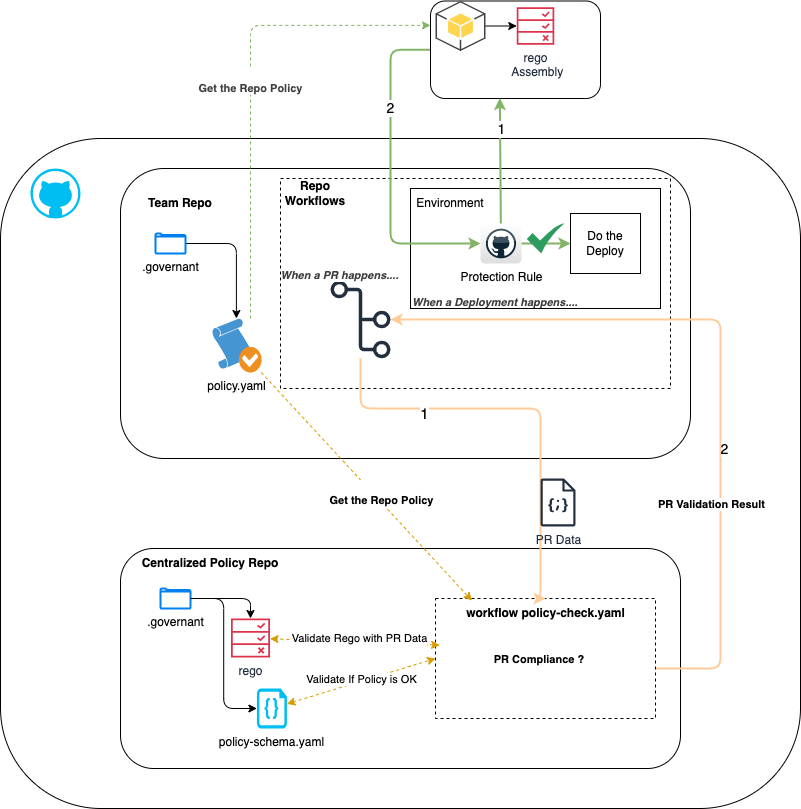
This is arch.png from erasmo-dominguez-stuff/governant, a draw.io export, as it was before one commit. Source tidied: cells renumbered, new cells last; positions are measured from the earlier drawing's top-left corner, leaving out a move shared by most shapes. The source it was exported from:
```xml
<mxGraphModel>
  <root>
    <mxCell id="0" />
    <mxCell id="1" parent="0" />
    <mxCell id="2" style="rounded=1;whiteSpace=wrap;html=1;" parent="1" vertex="1">
      <mxGeometry y="138" width="800" height="670" as="geometry" />
    </mxCell>
    <mxCell id="3" style="rounded=1;whiteSpace=wrap;html=1;" parent="1" vertex="1">
      <mxGeometry x="120" y="168" width="570" height="290" as="geometry" />
    </mxCell>
    <mxCell id="4" style="rounded=0;whiteSpace=wrap;html=1;dashed=1;" parent="1" vertex="1">
      <mxGeometry x="280" y="178" width="390" height="210" as="geometry" />
    </mxCell>
    <mxCell id="5" value="Repo Workflows" style="text;html=1;align=center;verticalAlign=middle;whiteSpace=wrap;rounded=0;fontStyle=1;" parent="1" vertex="1">
      <mxGeometry x="280" y="178" width="70" height="30" as="geometry" />
    </mxCell>
    <mxCell id="6" style="rounded=1;whiteSpace=wrap;html=1;" parent="1" vertex="1">
      <mxGeometry x="120" y="548" width="560" height="220" as="geometry" />
    </mxCell>
    <mxCell id="7" value="&lt;b&gt;Centralized Policy Repo&lt;/b&gt;" style="text;html=1;align=center;verticalAlign=middle;whiteSpace=wrap;rounded=0;" parent="1" vertex="1">
      <mxGeometry x="140" y="548" width="140" height="30" as="geometry" />
    </mxCell>
    <mxCell id="8" style="edgeStyle=orthogonalEdgeStyle;html=1;strokeColor=#FFCC99;strokeWidth=2;" parent="1" edge="1" source="10" target="34">
      <mxGeometry relative="1" as="geometry">
        <Array as="points">
          <mxPoint x="720" y="668" />
          <mxPoint x="720" y="319" />
        </Array>
      </mxGeometry>
    </mxCell>
    <mxCell id="9" value="&lt;font style=&quot;font-size: 14px;&quot;&gt;2&lt;/font&gt;" style="edgeLabel;html=1;align=center;verticalAlign=middle;" parent="8" vertex="1">
      <mxGeometry x="-0.23" y="-3" relative="1" as="geometry" />
    </mxCell>
    <mxCell id="10" style="rounded=0;whiteSpace=wrap;html=1;dashed=1;" parent="1" vertex="1">
      <mxGeometry x="435" y="598" width="220" height="120" as="geometry" />
    </mxCell>
    <mxCell id="11" style="edgeStyle=none;html=1;entryX=0;entryY=0.5;entryDx=0;entryDy=0;startArrow=classic;startFill=1;dashed=1;fillColor=#ffe6cc;strokeColor=#d79b00;" parent="1" edge="1" source="13" target="10">
      <mxGeometry relative="1" as="geometry" />
    </mxCell>
    <mxCell id="12" value="Validate If Policy is OK" style="edgeLabel;html=1;align=center;verticalAlign=middle;" parent="11" vertex="1">
      <mxGeometry x="-0.24" y="-2" relative="1" as="geometry">
        <mxPoint x="17" y="-10" as="offset" />
      </mxGeometry>
    </mxCell>
    <mxCell id="13" value="policy-schema.yaml" style="verticalLabelPosition=bottom;html=1;verticalAlign=top;align=center;strokeColor=none;fillColor=#00BEF2;shape=mxgraph.azure.code_file;" parent="1" vertex="1">
      <mxGeometry x="256.4" y="688" width="30" height="40" as="geometry" />
    </mxCell>
    <mxCell id="14" value="&lt;b&gt;workflow policy-check.yaml&lt;/b&gt;" style="text;html=1;align=center;verticalAlign=middle;whiteSpace=wrap;rounded=0;" parent="1" vertex="1">
      <mxGeometry x="457.5" y="598" width="175" height="30" as="geometry" />
    </mxCell>
    <mxCell id="15" style="verticalLabelPosition=bottom;html=1;verticalAlign=top;align=center;strokeColor=none;fillColor=#00BEF2;shape=mxgraph.azure.github_code;" parent="1" vertex="1">
      <mxGeometry x="30" y="168" width="50" height="50" as="geometry" />
    </mxCell>
    <mxCell id="16" value="&lt;b&gt;Team Repo&lt;/b&gt;" style="text;html=1;align=center;verticalAlign=middle;whiteSpace=wrap;rounded=0;" parent="1" vertex="1">
      <mxGeometry x="140" y="188" width="80" height="30" as="geometry" />
    </mxCell>
    <mxCell id="17" style="edgeStyle=orthogonalEdgeStyle;html=1;" parent="1" edge="1" source="18" target="26">
      <mxGeometry relative="1" as="geometry" />
    </mxCell>
    <mxCell id="18" value=".governant" style="html=1;verticalLabelPosition=bottom;align=center;labelBackgroundColor=#ffffff;verticalAlign=top;strokeWidth=2;strokeColor=#0080F0;shadow=0;dashed=0;shape=mxgraph.ios7.icons.folder;" parent="1" vertex="1">
      <mxGeometry x="155" y="233" width="30" height="20" as="geometry" />
    </mxCell>
    <mxCell id="19" style="edgeStyle=orthogonalEdgeStyle;html=1;" parent="1" edge="1" source="20" target="29">
      <mxGeometry relative="1" as="geometry" />
    </mxCell>
    <mxCell id="20" value=".governant" style="html=1;verticalLabelPosition=bottom;align=center;labelBackgroundColor=#ffffff;verticalAlign=top;strokeWidth=2;strokeColor=#0080F0;shadow=0;dashed=0;shape=mxgraph.ios7.icons.folder;" parent="1" vertex="1">
      <mxGeometry x="160" y="588" width="30" height="20" as="geometry" />
    </mxCell>
    <mxCell id="21" style="rounded=0;whiteSpace=wrap;html=1;" parent="1" vertex="1">
      <mxGeometry x="410" y="188" width="250" height="120" as="geometry" />
    </mxCell>
    <mxCell id="22" value="Environment" style="text;html=1;align=center;verticalAlign=middle;whiteSpace=wrap;rounded=0;" parent="1" vertex="1">
      <mxGeometry x="400" y="188" width="100" height="30" as="geometry" />
    </mxCell>
    <mxCell id="23" style="edgeStyle=none;html=1;entryX=0;entryY=0.5;entryDx=0;entryDy=0;strokeWidth=2;fillColor=#d5e8d4;strokeColor=#82b366;" parent="1" edge="1" source="24" target="42">
      <mxGeometry relative="1" as="geometry" />
    </mxCell>
    <mxCell id="24" value="Protection Rule" style="dashed=0;outlineConnect=0;html=1;align=center;labelPosition=center;verticalLabelPosition=bottom;verticalAlign=top;shape=mxgraph.webicons.github;gradientColor=#DFDEDE;" parent="1" vertex="1">
      <mxGeometry x="480" y="223" width="41" height="40" as="geometry" />
    </mxCell>
    <mxCell id="25" value="&lt;meta charset=&quot;utf-8&quot;&gt;&lt;b style=&quot;forced-color-adjust: none; color: rgb(63, 63, 63); scrollbar-color: rgb(226, 226, 226) rgb(251, 251, 251); font-family: Helvetica; font-size: 11px; font-style: normal; font-variant-ligatures: normal; font-variant-caps: normal; letter-spacing: normal; orphans: 2; text-align: center; text-indent: 0px; text-transform: none; widows: 2; word-spacing: 0px; -webkit-text-stroke-width: 0px; white-space: nowrap; text-decoration-thickness: initial; text-decoration-style: initial; text-decoration-color: initial;&quot;&gt;&lt;br class=&quot;Apple-interchange-newline&quot;&gt;Get the Repo Policy&lt;/b&gt;" style="edgeStyle=orthogonalEdgeStyle;html=1;entryX=0;entryY=0.25;entryDx=0;entryDy=0;fillColor=#d5e8d4;strokeColor=#82b366;dashed=1;" parent="1" edge="1" source="26" target="41">
      <mxGeometry relative="1" as="geometry">
        <Array as="points">
          <mxPoint x="250" y="25" />
        </Array>
      </mxGeometry>
    </mxCell>
    <mxCell id="26" value="policy.yaml" style="shadow=0;dashed=0;html=1;strokeColor=none;fillColor=#4495D1;labelPosition=center;verticalLabelPosition=bottom;verticalAlign=top;align=center;outlineConnect=0;shape=mxgraph.veeam.2d.privilege;" parent="1" vertex="1">
      <mxGeometry x="210.7" y="318" width="50.4" height="54" as="geometry" />
    </mxCell>
    <mxCell id="27" style="edgeStyle=none;html=1;dashed=1;startArrow=classic;startFill=1;fillColor=#ffe6cc;strokeColor=#d79b00;exitX=0.019;exitY=0.389;exitDx=0;exitDy=0;exitPerimeter=0;" parent="1" edge="1" source="10" target="29">
      <mxGeometry relative="1" as="geometry" />
    </mxCell>
    <mxCell id="28" value="Validate Rego with PR Data" style="edgeLabel;html=1;align=center;verticalAlign=middle;" parent="27" vertex="1">
      <mxGeometry x="0.09" y="-1" relative="1" as="geometry">
        <mxPoint x="12" y="-3" as="offset" />
      </mxGeometry>
    </mxCell>
    <mxCell id="29" value="rego&lt;div&gt;&lt;br&gt;&lt;/div&gt;" style="sketch=0;outlineConnect=0;fontColor=#232F3E;gradientColor=none;fillColor=#DD344C;strokeColor=none;dashed=0;verticalLabelPosition=bottom;verticalAlign=top;align=center;html=1;fontSize=12;fontStyle=0;shape=mxgraph.aws4.waf_rule;" parent="1" vertex="1">
      <mxGeometry x="230.5" y="618" width="39" height="39" as="geometry" />
    </mxCell>
    <mxCell id="30" style="edgeStyle=orthogonalEdgeStyle;html=1;entryX=0;entryY=0.5;entryDx=0;entryDy=0;entryPerimeter=0;" parent="1" edge="1" source="20" target="13">
      <mxGeometry relative="1" as="geometry" />
    </mxCell>
    <mxCell id="31" style="edgeStyle=orthogonalEdgeStyle;html=1;entryX=0.5;entryY=0;entryDx=0;entryDy=0;strokeColor=#FFCC99;strokeWidth=2;" parent="1" edge="1" source="34" target="10">
      <mxGeometry relative="1" as="geometry">
        <Array as="points">
          <mxPoint x="360" y="408" />
          <mxPoint x="540" y="408" />
          <mxPoint x="540" y="598" />
        </Array>
      </mxGeometry>
    </mxCell>
    <mxCell id="32" value="&lt;b&gt;PR Compliance ?&amp;nbsp;&lt;/b&gt;" style="edgeLabel;html=1;align=center;verticalAlign=middle;" parent="31" vertex="1">
      <mxGeometry x="-0.49" y="-2" relative="1" as="geometry">
        <mxPoint x="121" y="248" as="offset" />
      </mxGeometry>
    </mxCell>
    <mxCell id="33" value="&lt;font style=&quot;font-size: 15px;&quot;&gt;1&lt;/font&gt;" style="edgeLabel;html=1;align=center;verticalAlign=middle;" parent="31" vertex="1">
      <mxGeometry x="-0.46" y="-2" relative="1" as="geometry">
        <mxPoint y="2" as="offset" />
      </mxGeometry>
    </mxCell>
    <mxCell id="34" style="sketch=0;outlineConnect=0;fontColor=#232F3E;gradientColor=none;fillColor=#232F3D;strokeColor=none;dashed=0;verticalLabelPosition=bottom;verticalAlign=top;align=center;html=1;fontSize=12;fontStyle=0;shape=mxgraph.aws4.git_repository;" parent="1" vertex="1">
      <mxGeometry x="330" y="280" width="60" height="78" as="geometry" />
    </mxCell>
    <mxCell id="35" value="PR Data" style="sketch=0;fontColor=#232F3E;gradientColor=none;fillColor=#232F3D;strokeColor=none;dashed=0;verticalLabelPosition=bottom;verticalAlign=top;align=center;html=1;fontSize=12;fontStyle=0;shape=mxgraph.aws4.json_script;" parent="1" vertex="1">
      <mxGeometry x="540" y="478" width="35.1" height="48" as="geometry" />
    </mxCell>
    <mxCell id="36" style="edgeStyle=none;html=1;entryX=0.08;entryY=0.072;entryDx=0;entryDy=0;entryPerimeter=0;dashed=1;fillColor=#ffe6cc;strokeColor=#d79b00;" parent="1" edge="1" source="26" target="14">
      <mxGeometry relative="1" as="geometry" />
    </mxCell>
    <mxCell id="37" value="&lt;b&gt;PR Validation Result&lt;/b&gt;" style="edgeLabel;html=1;align=center;verticalAlign=middle;" parent="1" vertex="1">
      <mxGeometry x="710" y="503" as="geometry" />
    </mxCell>
    <mxCell id="38" value="&lt;div&gt;&lt;b&gt;&lt;br&gt;&lt;/b&gt;&lt;/div&gt;&lt;b&gt;Get the Repo Policy&lt;/b&gt;" style="edgeLabel;html=1;align=center;verticalAlign=middle;" parent="1" vertex="1">
      <mxGeometry x="380" y="492" as="geometry" />
    </mxCell>
    <mxCell id="39" value="&lt;b style=&quot;color: rgb(63, 63, 63); scrollbar-color: rgb(226, 226, 226) rgb(251, 251, 251);&quot;&gt;&lt;i&gt;When a PR happens....&lt;/i&gt;&lt;/b&gt;" style="edgeLabel;html=1;align=center;verticalAlign=middle;" parent="1" vertex="1">
      <mxGeometry x="350" y="273" as="geometry">
        <mxPoint x="-12" y="1" as="offset" />
      </mxGeometry>
    </mxCell>
    <mxCell id="40" value="&lt;font style=&quot;font-size: 14px;&quot;&gt;2&lt;/font&gt;" style="edgeStyle=orthogonalEdgeStyle;html=1;exitX=0;exitY=0.5;exitDx=0;exitDy=0;fillColor=#d5e8d4;strokeColor=#82b366;strokeWidth=2;" parent="1" edge="1" source="41" target="24">
      <mxGeometry x="-0.39" relative="1" as="geometry">
        <Array as="points">
          <mxPoint x="390" y="49" />
          <mxPoint x="390" y="243" />
        </Array>
      </mxGeometry>
    </mxCell>
    <mxCell id="41" value="&lt;span style=&quot;font-family: monospace; font-size: 0px; text-align: start; text-wrap-mode: nowrap;&quot;&gt;%3CmxGraphModel%3E%3Croot%3E%3CmxCell%20id%3D%220%22%2F%3E%3CmxCell%20id%3D%221%22%20parent%3D%220%22%2F%3E%3CmxCell%20id%3D%222%22%20value%3D%22rego%26lt%3Bdiv%26gt%3B%26lt%3Bbr%26gt%3B%26lt%3B%2Fdiv%26gt%3B%22%20style%3D%22sketch%3D0%3BoutlineConnect%3D0%3BfontColor%3D%23232F3E%3BgradientColor%3Dnone%3BfillColor%3D%23DD344C%3BstrokeColor%3Dnone%3Bdashed%3D0%3BverticalLabelPosition%3Dbottom%3BverticalAlign%3Dtop%3Balign%3Dcenter%3Bhtml%3D1%3BfontSize%3D12%3BfontStyle%3D0%3Baspect%3Dfixed%3BpointerEvents%3D1%3Bshape%3Dmxgraph.aws4.waf_rule%3B%22%20vertex%3D%221%22%20parent%3D%221%22%3E%3CmxGeometry%20x%3D%22150.50000000000003%22%20y%3D%22440%22%20width%3D%2239%22%20height%3D%2239%22%20as%3D%22geometry%22%2F%3E%3C%2FmxCell%3E%3C%2Froot%3E%3C%2FmxGraphModel%3E&lt;/span&gt;" style="rounded=1;whiteSpace=wrap;html=1;" parent="1" vertex="1">
      <mxGeometry x="430" y="0.5" width="170" height="97.5" as="geometry" />
    </mxCell>
    <mxCell id="42" value="Do the Deploy" style="rounded=0;whiteSpace=wrap;html=1;" parent="1" vertex="1">
      <mxGeometry x="570" y="213" width="70" height="60" as="geometry" />
    </mxCell>
    <mxCell id="43" style="edgeStyle=none;html=1;entryX=0.408;entryY=0.995;entryDx=0;entryDy=0;entryPerimeter=0;fillColor=#d5e8d4;strokeColor=#82b366;strokeWidth=2;" parent="1" edge="1" source="24" target="41">
      <mxGeometry relative="1" as="geometry" />
    </mxCell>
    <mxCell id="44" value="&lt;font style=&quot;font-size: 14px;&quot;&gt;1&lt;/font&gt;" style="edgeLabel;html=1;align=center;verticalAlign=middle;" parent="43" vertex="1">
      <mxGeometry x="0.01" y="1" relative="1" as="geometry">
        <mxPoint x="2" y="-32" as="offset" />
      </mxGeometry>
    </mxCell>
    <mxCell id="45" value="&lt;b style=&quot;forced-color-adjust: none; color: rgb(63, 63, 63); scrollbar-color: rgb(226, 226, 226) rgb(251, 251, 251); font-family: Helvetica; font-size: 11px; font-variant-ligatures: normal; font-variant-caps: normal; letter-spacing: normal; orphans: 2; text-align: center; text-indent: 0px; text-transform: none; widows: 2; word-spacing: 0px; -webkit-text-stroke-width: 0px; white-space: nowrap; text-decoration-thickness: initial; text-decoration-style: initial; text-decoration-color: initial;&quot;&gt;&lt;i&gt;When a Deployment happens....&lt;/i&gt;&lt;/b&gt;" style="text;whiteSpace=wrap;html=1;" parent="1" vertex="1">
      <mxGeometry x="410" y="288" width="150" height="40" as="geometry" />
    </mxCell>
    <mxCell id="46" value="rego&lt;div&gt;&amp;nbsp;Assembly&lt;/div&gt;" style="sketch=0;outlineConnect=0;fontColor=#232F3E;gradientColor=none;fillColor=#DD344C;strokeColor=none;dashed=0;verticalLabelPosition=bottom;verticalAlign=top;align=center;html=1;fontSize=12;fontStyle=0;shape=mxgraph.aws4.waf_rule;" parent="1" vertex="1">
      <mxGeometry x="516.2" y="6.8" width="37.5" height="37.5" as="geometry" />
    </mxCell>
    <mxCell id="47" style="edgeStyle=none;html=1;" parent="1" edge="1" source="48" target="46">
      <mxGeometry relative="1" as="geometry" />
    </mxCell>
    <mxCell id="48" style="outlineConnect=0;dashed=0;verticalLabelPosition=bottom;verticalAlign=top;align=center;html=1;shape=mxgraph.aws3.android;fillColor=#FFD44F;gradientColor=none;" parent="1" vertex="1">
      <mxGeometry x="435" y="0.5" width="50" height="50" as="geometry" />
    </mxCell>
    <mxCell id="49" style="sketch=0;html=1;strokeColor=none;shadow=0;align=center;fillColor=#2D9C5E;verticalAlign=top;labelPosition=center;verticalLabelPosition=bottom;shape=mxgraph.gcp2.check;" parent="1" vertex="1">
      <mxGeometry x="526.2" y="223" width="37.5" height="30" as="geometry" />
    </mxCell>
  </root>
</mxGraphModel>
```
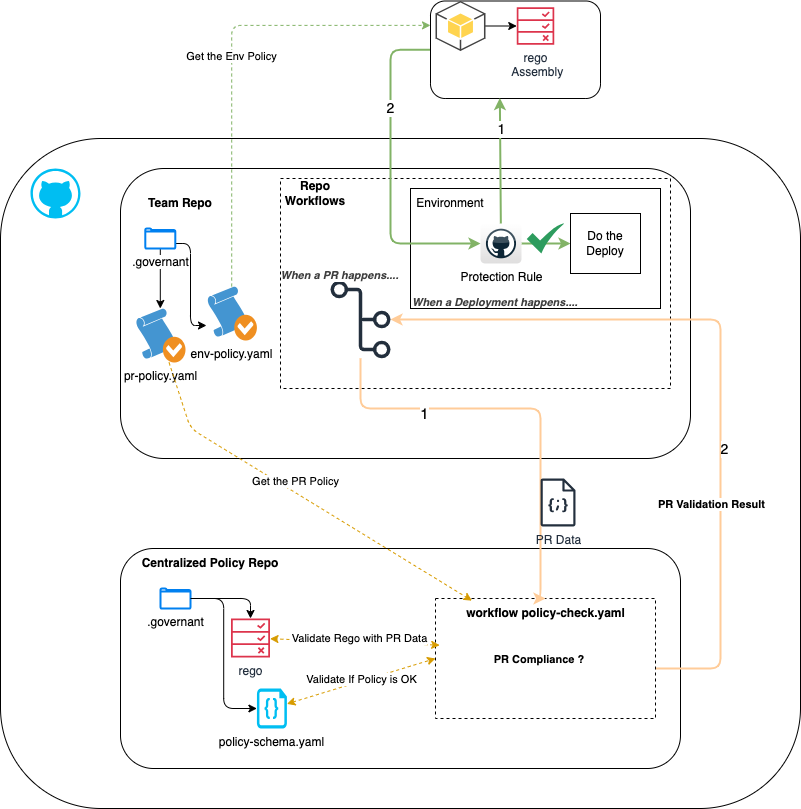
Later version of the same file.

Change to the diagram source:
```diff
@@ -57,8 +57,16 @@
     <mxCell id="17" style="edgeStyle=orthogonalEdgeStyle;html=1;" parent="1" edge="1" source="18" target="26">
       <mxGeometry relative="1" as="geometry" />
     </mxCell>
+    <mxCell id="50" style="edgeStyle=orthogonalEdgeStyle;html=1;" parent="1" edge="1" source="18" target="51">
+      <mxGeometry relative="1" as="geometry">
+        <Array as="points">
+          <mxPoint x="190" y="243" />
+          <mxPoint x="190" y="325" />
+        </Array>
+      </mxGeometry>
+    </mxCell>
     <mxCell id="18" value=".governant" style="html=1;verticalLabelPosition=bottom;align=center;labelBackgroundColor=#ffffff;verticalAlign=top;strokeWidth=2;strokeColor=#0080F0;shadow=0;dashed=0;shape=mxgraph.ios7.icons.folder;" parent="1" vertex="1">
-      <mxGeometry x="155" y="233" width="30" height="20" as="geometry" />
+      <mxGeometry x="144.8" y="228" width="30" height="20" as="geometry" />
     </mxCell>
     <mxCell id="19" style="edgeStyle=orthogonalEdgeStyle;html=1;" parent="1" edge="1" source="20" target="29">
       <mxGeometry relative="1" as="geometry" />
@@ -78,15 +86,15 @@
     <mxCell id="24" value="Protection Rule" style="dashed=0;outlineConnect=0;html=1;align=center;labelPosition=center;verticalLabelPosition=bottom;verticalAlign=top;shape=mxgraph.webicons.github;gradientColor=#DFDEDE;" parent="1" vertex="1">
       <mxGeometry x="480" y="223" width="41" height="40" as="geometry" />
     </mxCell>
-    <mxCell id="25" value="&lt;meta charset=&quot;utf-8&quot;&gt;&lt;b style=&quot;forced-color-adjust: none; color: rgb(63, 63, 63); scrollbar-color: rgb(226, 226, 226) rgb(251, 251, 251); font-family: Helvetica; font-size: 11px; font-style: normal; font-variant-ligatures: normal; font-variant-caps: normal; letter-spacing: normal; orphans: 2; text-align: center; text-indent: 0px; text-transform: none; widows: 2; word-spacing: 0px; -webkit-text-stroke-width: 0px; white-space: nowrap; text-decoration-thickness: initial; text-decoration-style: initial; text-decoration-color: initial;&quot;&gt;&lt;br class=&quot;Apple-interchange-newline&quot;&gt;Get the Repo Policy&lt;/b&gt;" style="edgeStyle=orthogonalEdgeStyle;html=1;entryX=0;entryY=0.25;entryDx=0;entryDy=0;fillColor=#d5e8d4;strokeColor=#82b366;dashed=1;" parent="1" edge="1" source="26" target="41">
+    <mxCell id="25" value="Get the Env Policy" style="edgeStyle=orthogonalEdgeStyle;html=1;entryX=0;entryY=0.25;entryDx=0;entryDy=0;fillColor=#d5e8d4;strokeColor=#82b366;dashed=1;" parent="1" edge="1" source="51" target="41">
       <mxGeometry relative="1" as="geometry">
         <Array as="points">
-          <mxPoint x="250" y="25" />
+          <mxPoint x="231" y="25" />
         </Array>
       </mxGeometry>
     </mxCell>
-    <mxCell id="26" value="policy.yaml" style="shadow=0;dashed=0;html=1;strokeColor=none;fillColor=#4495D1;labelPosition=center;verticalLabelPosition=bottom;verticalAlign=top;align=center;outlineConnect=0;shape=mxgraph.veeam.2d.privilege;" parent="1" vertex="1">
-      <mxGeometry x="210.7" y="318" width="50.4" height="54" as="geometry" />
+    <mxCell id="26" value="pr-policy.yaml" style="shadow=0;dashed=0;html=1;strokeColor=none;fillColor=#4495D1;labelPosition=center;verticalLabelPosition=bottom;verticalAlign=top;align=center;outlineConnect=0;shape=mxgraph.veeam.2d.privilege;" parent="1" vertex="1">
+      <mxGeometry x="134.6" y="308" width="50.4" height="54" as="geometry" />
     </mxCell>
     <mxCell id="27" style="edgeStyle=none;html=1;dashed=1;startArrow=classic;startFill=1;fillColor=#ffe6cc;strokeColor=#d79b00;exitX=0.019;exitY=0.389;exitDx=0;exitDy=0;exitPerimeter=0;" parent="1" edge="1" source="10" target="29">
       <mxGeometry relative="1" as="geometry" />
@@ -128,13 +136,19 @@
       <mxGeometry x="540" y="478" width="35.1" height="48" as="geometry" />
     </mxCell>
     <mxCell id="36" style="edgeStyle=none;html=1;entryX=0.08;entryY=0.072;entryDx=0;entryDy=0;entryPerimeter=0;dashed=1;fillColor=#ffe6cc;strokeColor=#d79b00;" parent="1" edge="1" source="26" target="14">
-      <mxGeometry relative="1" as="geometry" />
+      <mxGeometry relative="1" as="geometry">
+        <Array as="points">
+          <mxPoint x="190" y="428" />
+        </Array>
+      </mxGeometry>
     </mxCell>
     <mxCell id="37" value="&lt;b&gt;PR Validation Result&lt;/b&gt;" style="edgeLabel;html=1;align=center;verticalAlign=middle;" parent="1" vertex="1">
       <mxGeometry x="710" y="503" as="geometry" />
     </mxCell>
-    <mxCell id="38" value="&lt;div&gt;&lt;b&gt;&lt;br&gt;&lt;/b&gt;&lt;/div&gt;&lt;b&gt;Get the Repo Policy&lt;/b&gt;" style="edgeLabel;html=1;align=center;verticalAlign=middle;" parent="1" vertex="1">
-      <mxGeometry x="380" y="492" as="geometry" />
+    <mxCell id="38" value="&lt;div&gt;Get the PR Policy&lt;/div&gt;" style="edgeLabel;html=1;align=center;verticalAlign=middle;" parent="1" vertex="1">
+      <mxGeometry x="300" y="488" as="geometry">
+        <mxPoint x="-6" y="-8" as="offset" />
+      </mxGeometry>
     </mxCell>
     <mxCell id="39" value="&lt;b style=&quot;color: rgb(63, 63, 63); scrollbar-color: rgb(226, 226, 226) rgb(251, 251, 251);&quot;&gt;&lt;i&gt;When a PR happens....&lt;/i&gt;&lt;/b&gt;" style="edgeLabel;html=1;align=center;verticalAlign=middle;" parent="1" vertex="1">
       <mxGeometry x="350" y="273" as="geometry">
@@ -178,5 +192,8 @@
     <mxCell id="49" style="sketch=0;html=1;strokeColor=none;shadow=0;align=center;fillColor=#2D9C5E;verticalAlign=top;labelPosition=center;verticalLabelPosition=bottom;shape=mxgraph.gcp2.check;" parent="1" vertex="1">
       <mxGeometry x="526.2" y="223" width="37.5" height="30" as="geometry" />
     </mxCell>
+    <mxCell id="51" value="env-policy.yaml" style="shadow=0;dashed=0;html=1;strokeColor=none;fillColor=#4495D1;labelPosition=center;verticalLabelPosition=bottom;verticalAlign=top;align=center;outlineConnect=0;shape=mxgraph.veeam.2d.privilege;" parent="1" vertex="1">
+      <mxGeometry x="206" y="286" width="50.4" height="54" as="geometry" />
+    </mxCell>
   </root>
 </mxGraphModel>
```
